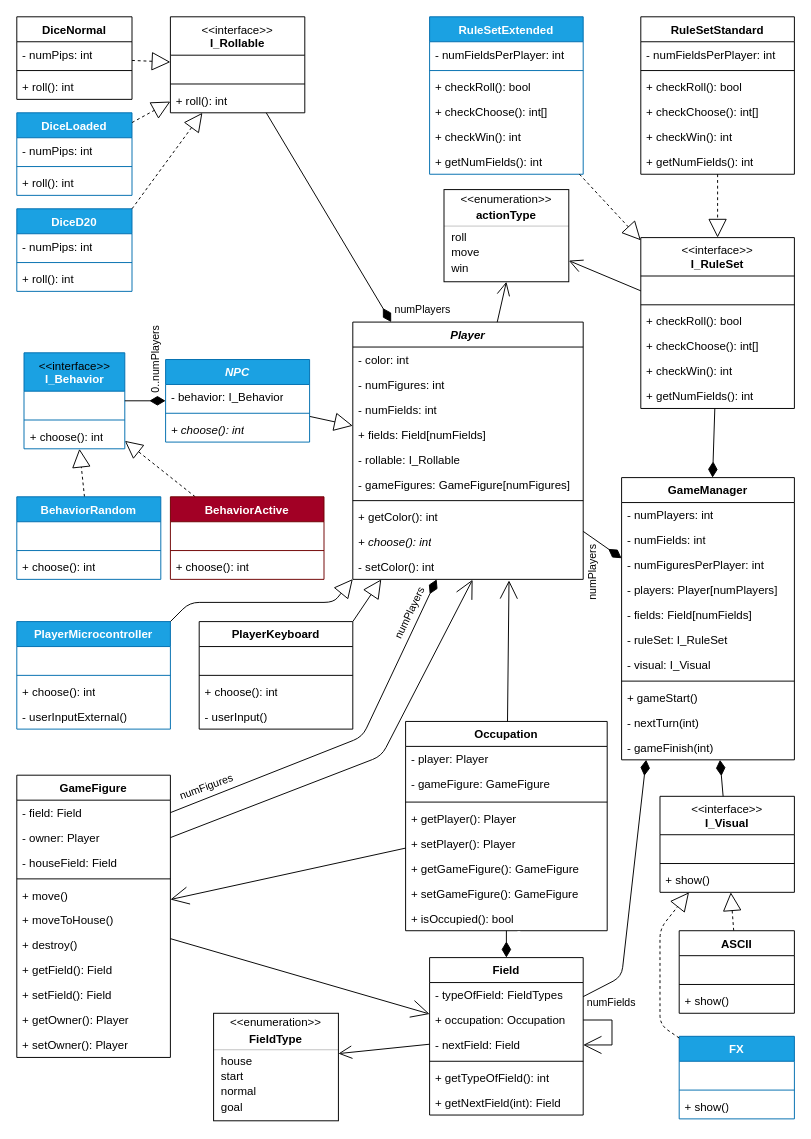
The draw.io diagram page "Seite-1" (1 of 2) of Rothe/diagramme/KlassendiagrammUML.drawio in Chrisdroid8/EmbeddedSystems, before the edit. Source tidied: cells renumbered, new cells numbered last; positions are measured from the earlier drawing's top-left corner, leaving out a move shared by most shapes. Both pictures are drawn from the tidied source at 96%, with x=0, y=0 at pixel (16, 16).
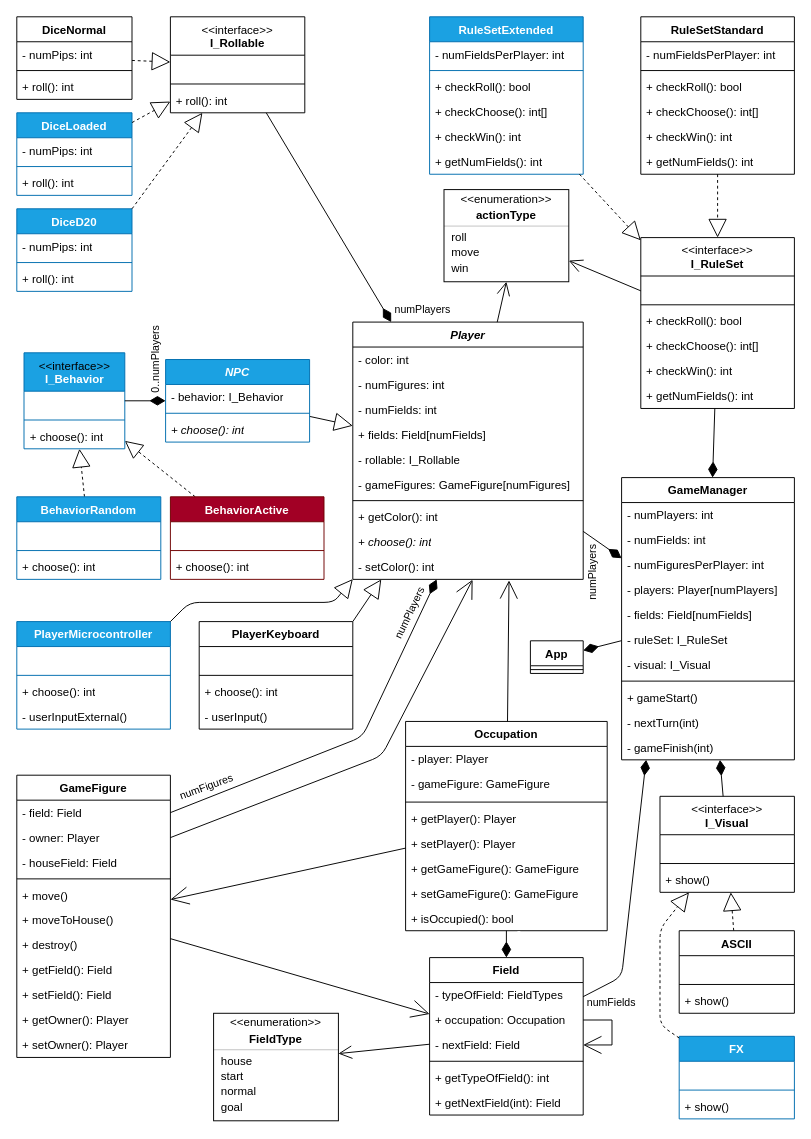
The same page after the edit.

The change refers to these unchanged cells:
```xml
<mxCell id="17" value="GameManager" style="swimlane;fontStyle=1;align=center;verticalAlign=top;horizontal=1;startSize=26;whiteSpace=wrap;html=1;rounded=0;" parent="1" vertex="1">
  <mxGeometry x="630" y="480" width="180" height="294" as="geometry" />
</mxCell>
```

What changed in the source:
```diff
@@
+    <mxCell id="190" value="App" style="swimlane;fontStyle=1;align=center;verticalAlign=top;horizontal=1;startSize=26;whiteSpace=wrap;html=1;rounded=0;" parent="1" vertex="1">
+      <mxGeometry x="535" y="650" width="55" height="34" as="geometry" />
+    </mxCell>
+    <mxCell id="191" style="line;strokeWidth=1;fillColor=none;align=left;verticalAlign=middle;spacingTop=-1;spacingLeft=3;spacingRight=3;labelPosition=right;strokeColor=inherit;rounded=0;" parent="190" vertex="1">
+      <mxGeometry y="26" width="55" height="8" as="geometry" />
+    </mxCell>
+    <mxCell id="192" style="endArrow=none;html=1;endSize=12;startArrow=diamondThin;startSize=14;startFill=1;endFill=0;" parent="1" edge="1" source="190" target="17">
+      <mxGeometry relative="1" as="geometry" />
+    </mxCell>
+    <mxCell id="193" value="&amp;nbsp;" style="edgeLabel;html=1;align=right;verticalAlign=top;" parent="192" vertex="1">
+      <mxGeometry x="1" relative="1" as="geometry">
+        <mxPoint x="13" y="-3" as="offset" />
+      </mxGeometry>
+    </mxCell>
```
